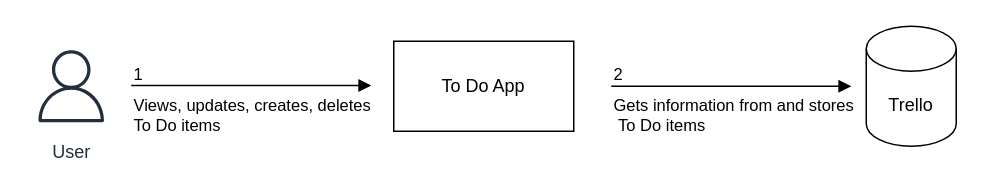
Earlier version of the draw.io diagram Context Diagram.drawio (ma7nas/DevOps-Course-Starter). Source tidied: cells renumbered, new cells numbered last; positions are measured from the earlier drawing's top-left corner, leaving out a move shared by most shapes. Both pictures are drawn from the tidied source at 150%, with x=0, y=0 at pixel (26, 26).
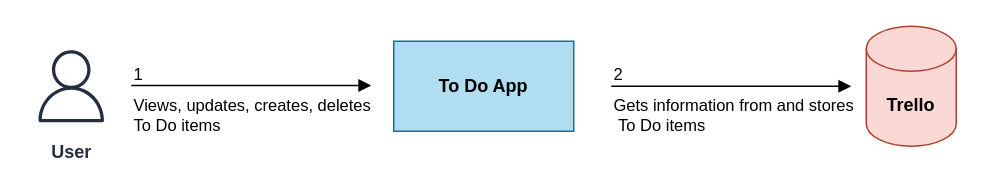
The same diagram, later.

Diff of the diagram source:
```diff
@@
 <mxGraphModel>
   <root>
     <mxCell id="0" />
     <mxCell id="1" parent="0" />
-    <mxCell id="2" value="User" style="sketch=0;fontColor=#232F3E;gradientColor=none;strokeColor=#232F3E;fillColor=#ffffff;dashed=0;verticalLabelPosition=bottom;verticalAlign=top;align=center;html=1;fontSize=12;fontStyle=0;shape=mxgraph.aws4.resourceIcon;resIcon=mxgraph.aws4.user;" parent="1" vertex="1">
+    <mxCell id="2" value="&lt;b&gt;User&lt;/b&gt;" style="sketch=0;fontColor=#232F3E;gradientColor=none;strokeColor=#232F3E;fillColor=#ffffff;dashed=0;verticalLabelPosition=bottom;verticalAlign=top;align=center;html=1;fontSize=12;fontStyle=0;shape=mxgraph.aws4.resourceIcon;resIcon=mxgraph.aws4.user;" parent="1" vertex="1">
       <mxGeometry y="10" width="60" height="60" as="geometry" />
     </mxCell>
-    <mxCell id="3" value="To Do App" style="rounded=0;whiteSpace=wrap;html=1;" parent="1" vertex="1">
+    <mxCell id="3" value="&lt;b&gt;To Do App&lt;/b&gt;" style="rounded=0;whiteSpace=wrap;html=1;fillColor=#b1ddf0;strokeColor=#10739e;" parent="1" vertex="1">
       <mxGeometry x="245" y="10" width="120" height="60" as="geometry" />
     </mxCell>
     <mxCell id="4" value="Views, updates, creates, deletes&lt;br&gt;To Do items" style="endArrow=block;endFill=1;html=1;edgeStyle=orthogonalEdgeStyle;align=left;verticalAlign=top;rounded=0;" parent="1" edge="1">
       <mxGeometry x="-1" relative="1" as="geometry">
         <mxPoint x="70" y="39.5" as="sourcePoint" />
         <mxPoint x="230" y="39.5" as="targetPoint" />
       </mxGeometry>
     </mxCell>
     <mxCell id="5" value="1" style="edgeLabel;html=1;align=left;verticalAlign=bottom;" parent="4" vertex="1">
       <mxGeometry x="-1" relative="1" as="geometry" />
     </mxCell>
-    <mxCell id="6" value="Trello" style="shape=cylinder3;whiteSpace=wrap;html=1;boundedLbl=1;backgroundOutline=1;size=15;" parent="1" vertex="1">
+    <mxCell id="6" value="&lt;b&gt;Trello&lt;/b&gt;" style="shape=cylinder3;whiteSpace=wrap;html=1;boundedLbl=1;backgroundOutline=1;size=15;fillColor=#fad9d5;strokeColor=#ae4132;" parent="1" vertex="1">
       <mxGeometry x="560" width="60" height="80" as="geometry" />
     </mxCell>
     <mxCell id="7" value="Gets information from and stores&lt;br&gt;&amp;nbsp;To Do items" style="endArrow=block;endFill=1;html=1;edgeStyle=orthogonalEdgeStyle;align=left;verticalAlign=top;rounded=0;" parent="1" edge="1">
       <mxGeometry x="-1" relative="1" as="geometry">
         <mxPoint x="390" y="40" as="sourcePoint" />
         <mxPoint x="550" y="40" as="targetPoint" />
         <Array as="points">
           <mxPoint x="470" y="39.5" />
           <mxPoint x="470" y="40.5" />
         </Array>
       </mxGeometry>
     </mxCell>
     <mxCell id="8" value="2" style="edgeLabel;html=1;align=left;verticalAlign=bottom;" parent="7" vertex="1">
       <mxGeometry x="-1" relative="1" as="geometry" />
     </mxCell>
   </root>
 </mxGraphModel>
```
